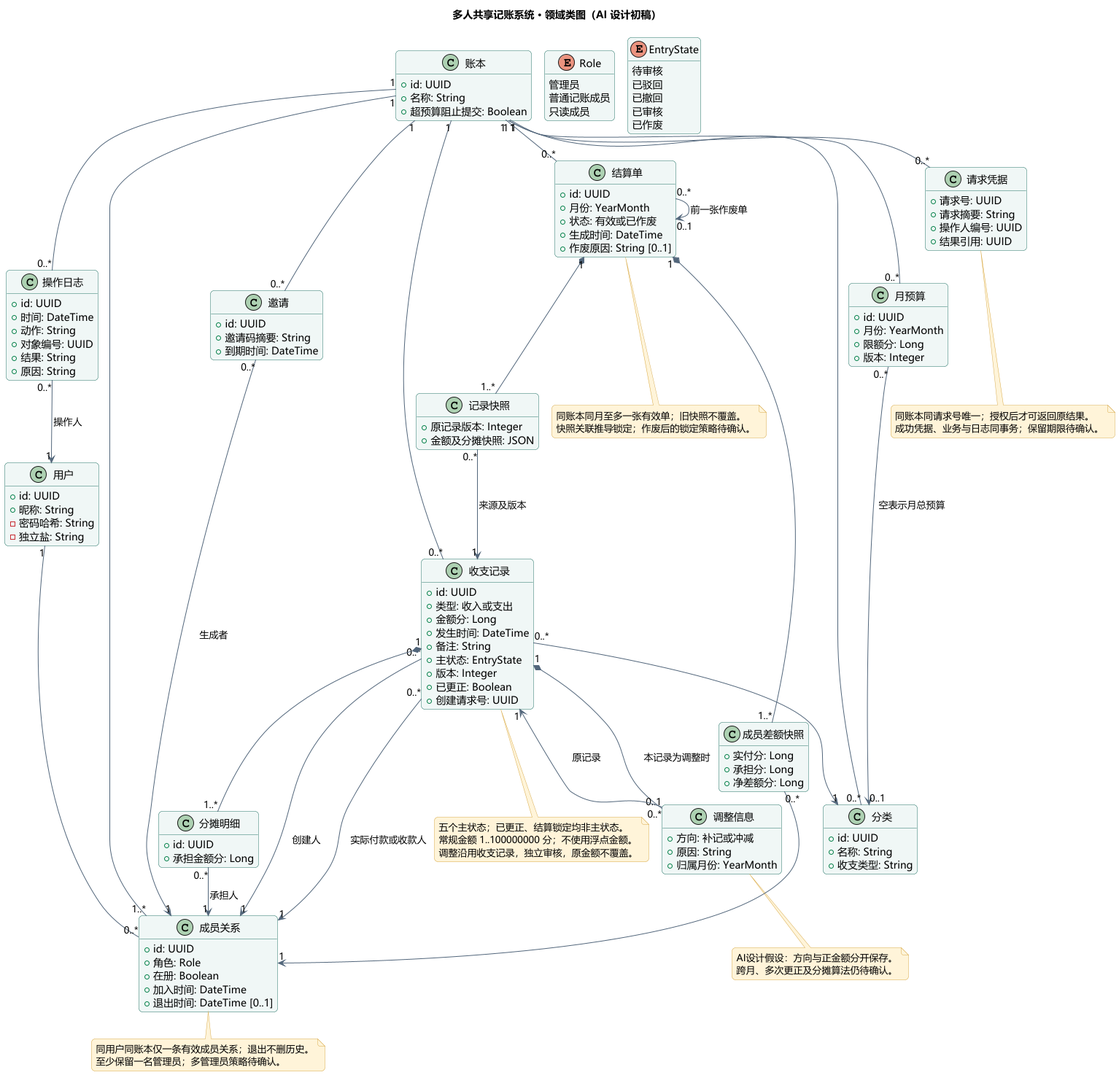
The PlantUML diagram 软件工程/实验2_251220152_魏楚航/UML/01_类图.png in wuyi0928/MyCS_NJU, before a commit.
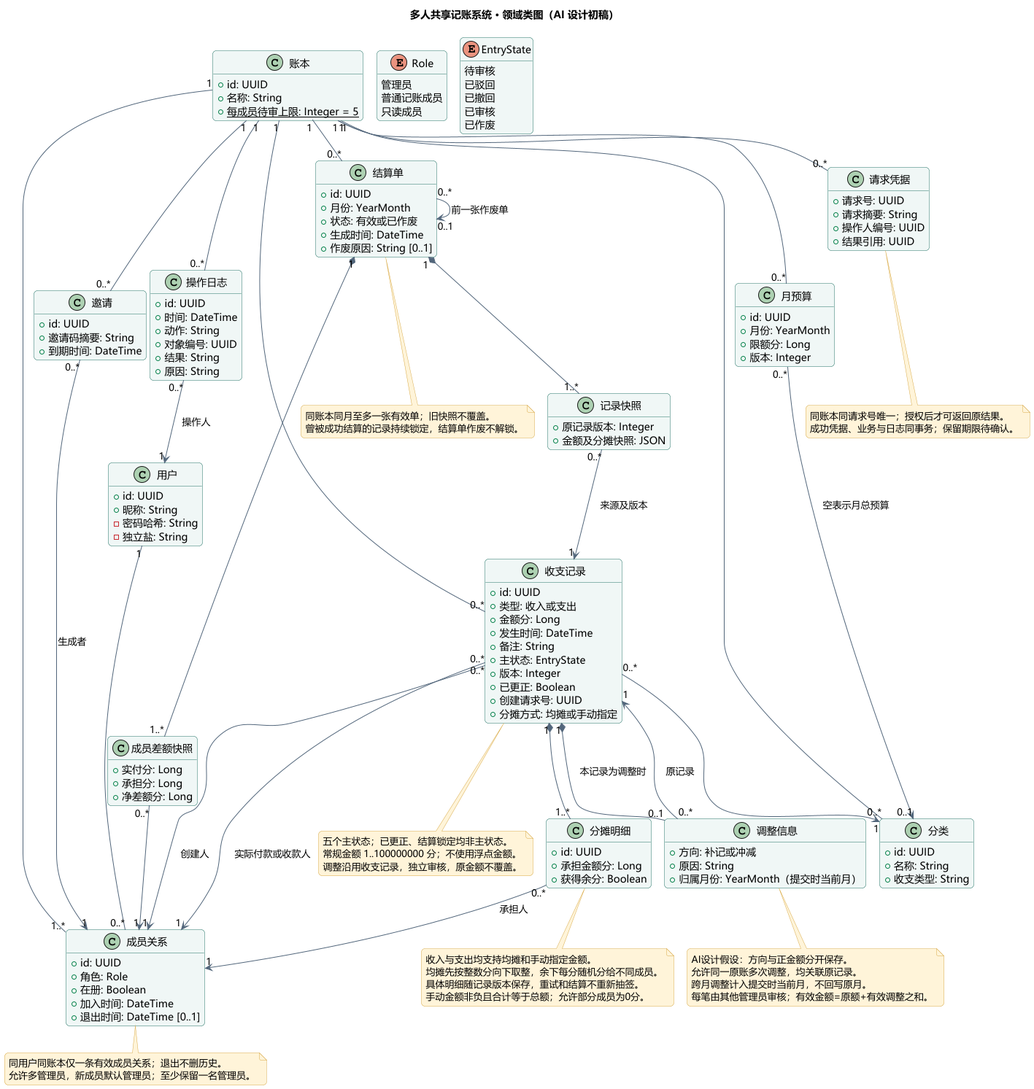
Later version of the same file.

The edit, as a diff of the source:
```diff
@@ -23,7 +23,7 @@
 class "账本" as Ledger {
   +id: UUID
   +名称: String
-  +超预算阻止提交: Boolean
+  {static} +每成员待审上限: Integer = 5
 }
 class "成员关系" as Member {
   +id: UUID
@@ -57,6 +57,7 @@
   +版本: Integer
   +已更正: Boolean
   +创建请求号: UUID
+  +分摊方式: 均摊或手动指定
 }
 enum EntryState {
   待审核
@@ -68,11 +69,12 @@
 class "分摊明细" as Share {
   +id: UUID
   +承担金额分: Long
+  +获得余分: Boolean
 }
 class "调整信息" as Adjustment {
   +方向: 补记或冲减
   +原因: String
-  +归属月份: YearMonth
+  +归属月份: YearMonth（提交时当前月）
 }
 class "月预算" as Budget {
   +id: UUID
@@ -136,20 +138,28 @@
 Ledger "1" -- "0..*" Request
 note bottom of Member
 同用户同账本仅一条有效成员关系；退出不删历史。
-至少保留一名管理员；多管理员策略待确认。
+允许多管理员，新成员默认管理员；至少保留一名管理员。
 end note
 note bottom of Entry
 五个主状态；已更正、结算锁定均非主状态。
 常规金额 1..100000000 分；不使用浮点金额。
 调整沿用收支记录，独立审核，原金额不覆盖。
 end note
+note bottom of Share
+收入与支出均支持均摊和手动指定金额。
+均摊先按整数分向下取整，余下每分随机分给不同成员。
+具体明细随记录版本保存，重试和结算不重新抽签。
+手动金额非负且合计等于总额；允许部分成员为0分。
+end note
 note bottom of Adjustment
 AI设计假设：方向与正金额分开保存。
-跨月、多次更正及分摊算法仍待确认。
+允许同一原账多次调整，均关联原记录。
+跨月调整计入提交时当前月，不回写原月。
+每笔由其他管理员审核；有效金额=原额+有效调整之和。
 end note
 note bottom of Settlement
 同账本同月至多一张有效单；旧快照不覆盖。
-快照关联推导锁定；作废后的锁定策略待确认。
+曾被成功结算的记录持续锁定，结算单作废不解锁。
 end note
 note bottom of Request
 同账本同请求号唯一；授权后才可返回原结果。
```
